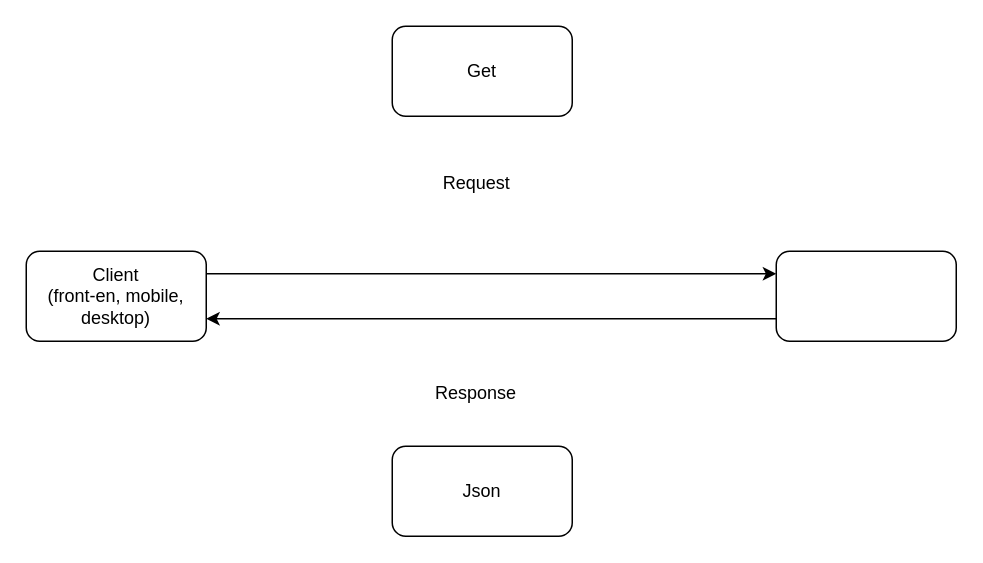
This is javascript/aula15/frontend.drawio from sergiomerces/frontend, a draw.io file, before an edit. Source tidied: cells renumbered, new cells numbered last; positions are measured from the earlier drawing's top-left corner, leaving out a move shared by most shapes. Both pictures are drawn from the tidied source at 150%, with x=0, y=0 at pixel (26, 26).
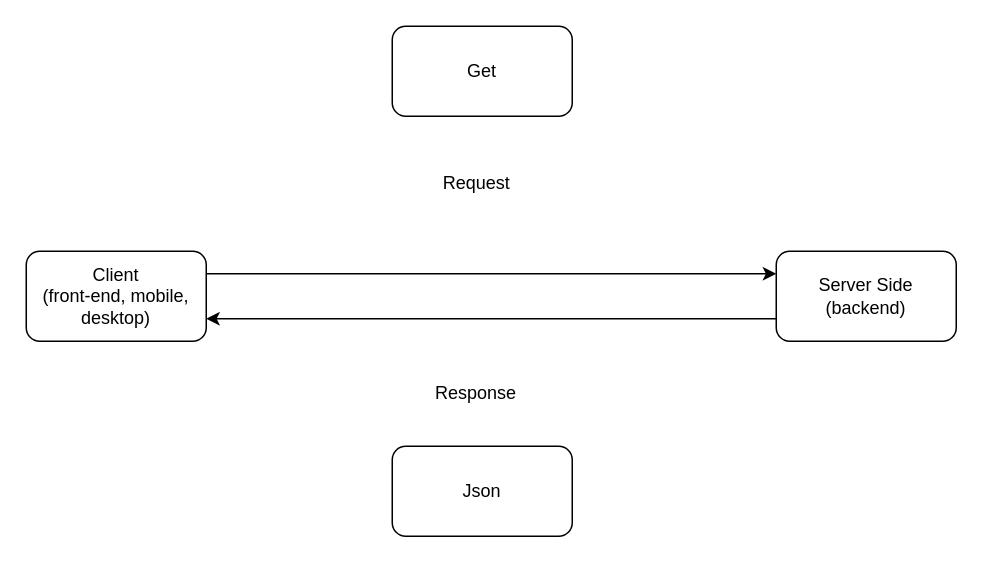
Above is the later version.

Change to the diagram source:
```diff
@@
 <mxGraphModel>
   <root>
     <mxCell id="0" />
     <mxCell id="1" parent="0" />
     <mxCell id="2" style="edgeStyle=none;html=1;exitX=1;exitY=0.25;exitDx=0;exitDy=0;entryX=0;entryY=0.25;entryDx=0;entryDy=0;" parent="1" edge="1" source="3" target="4">
       <mxGeometry relative="1" as="geometry" />
     </mxCell>
-    <mxCell id="3" value="Client&lt;br&gt;(front-en, mobile, desktop)" style="rounded=1;whiteSpace=wrap;html=1;" parent="1" vertex="1">
+    <mxCell id="3" value="Client&lt;br&gt;(front-end, mobile, desktop)" style="rounded=1;whiteSpace=wrap;html=1;" parent="1" vertex="1">
       <mxGeometry y="150" width="120" height="60" as="geometry" />
     </mxCell>
-    <mxCell id="4" style="rounded=1;whiteSpace=wrap;html=1;" parent="1" vertex="1">
+    <mxCell id="4" value="Server Side&lt;br&gt;(backend)" style="rounded=1;whiteSpace=wrap;html=1;" parent="1" vertex="1">
       <mxGeometry x="500" y="150" width="120" height="60" as="geometry" />
     </mxCell>
     <mxCell id="5" value="Get" style="rounded=1;whiteSpace=wrap;html=1;" parent="1" vertex="1">
       <mxGeometry x="244" width="120" height="60" as="geometry" />
     </mxCell>
     <mxCell id="6" value="Json" style="rounded=1;whiteSpace=wrap;html=1;" parent="1" vertex="1">
       <mxGeometry x="244" y="280" width="120" height="60" as="geometry" />
     </mxCell>
     <mxCell id="7" style="endArrow=classic;html=1;exitX=0;exitY=0.75;exitDx=0;exitDy=0;entryX=1;entryY=0.75;entryDx=0;entryDy=0;" parent="1" edge="1" source="4" target="3">
       <mxGeometry relative="1" as="geometry" />
     </mxCell>
     <mxCell id="8" value="Request" style="text;html=1;align=center;verticalAlign=middle;strokeColor=none;fillColor=none;" parent="1" vertex="1">
       <mxGeometry x="265" y="90" width="70" height="30" as="geometry" />
     </mxCell>
     <mxCell id="9" value="Response" style="text;html=1;strokeColor=none;fillColor=none;align=center;verticalAlign=middle;whiteSpace=wrap;rounded=0;" parent="1" vertex="1">
       <mxGeometry x="270" y="230" width="60" height="30" as="geometry" />
     </mxCell>
   </root>
 </mxGraphModel>
```
